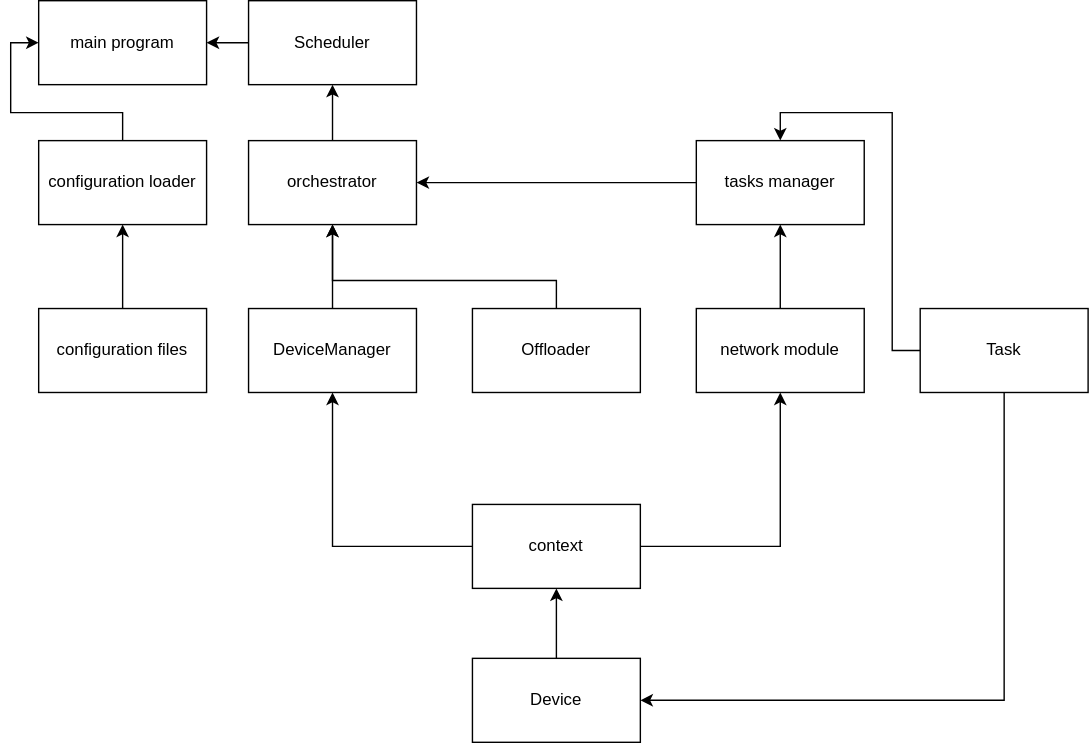
Above: 1.drawio.svg in PrecureKamiyu/simple-sim (draw.io), before the change. Source tidied: cells renumbered, new cells last; positions are measured from the earlier drawing's top-left corner, leaving out a move shared by most shapes.
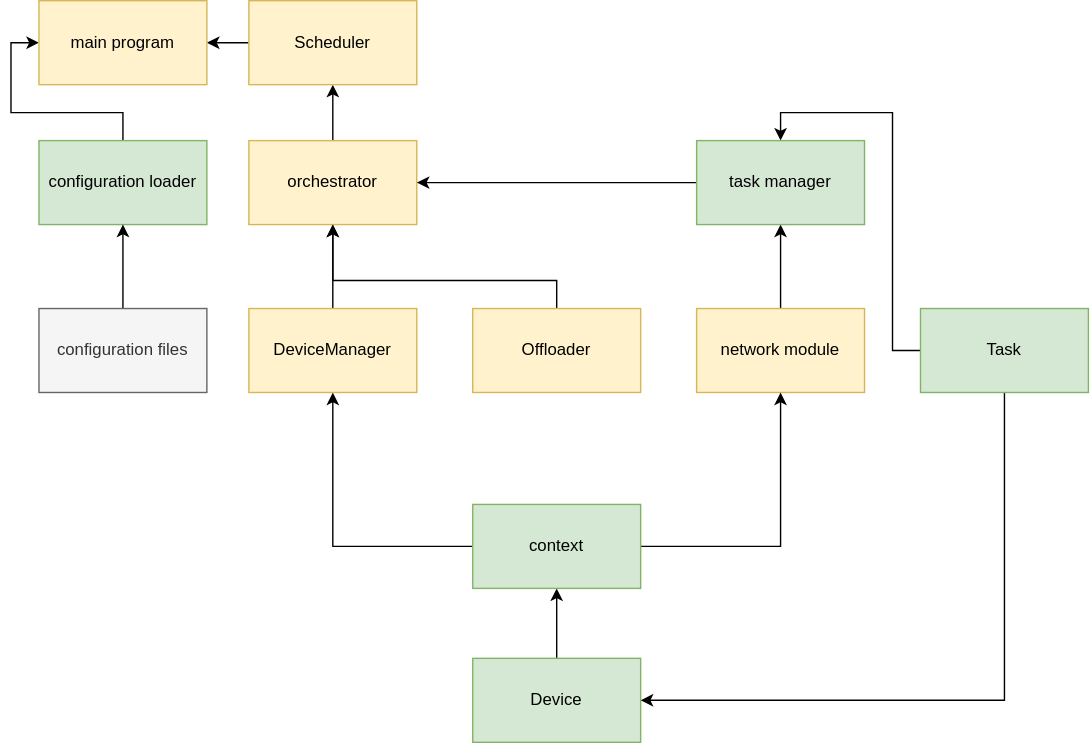
The same file after the commit.

Commit message:
update readme and structure diagram

What changed in the source:
```diff
@@ -8,13 +8,13 @@
     <mxCell id="3" style="edgeStyle=orthogonalEdgeStyle;rounded=0;jettySize=auto;html=1;entryX=0.5;entryY=1;entryDx=0;entryDy=0;" parent="1" edge="1" source="4" target="13">
       <mxGeometry relative="1" as="geometry" />
     </mxCell>
-    <mxCell id="4" value="network module" style="rounded=0;whiteSpace=wrap;html=1;" parent="1" vertex="1">
+    <mxCell id="4" value="network module" style="rounded=0;whiteSpace=wrap;html=1;fillColor=#fff2cc;strokeColor=#d6b656;" parent="1" vertex="1">
       <mxGeometry x="470" y="220" width="120" height="60" as="geometry" />
     </mxCell>
     <mxCell id="5" style="edgeStyle=orthogonalEdgeStyle;rounded=0;jettySize=auto;html=1;entryX=0.5;entryY=1;entryDx=0;entryDy=0;" parent="1" edge="1" source="6" target="21">
       <mxGeometry relative="1" as="geometry" />
     </mxCell>
-    <mxCell id="6" value="Device" style="rounded=0;whiteSpace=wrap;html=1;" parent="1" vertex="1">
+    <mxCell id="6" value="Device" style="rounded=0;whiteSpace=wrap;html=1;fillColor=#d5e8d4;strokeColor=#82b366;" parent="1" vertex="1">
       <mxGeometry x="310" y="470" width="120" height="60" as="geometry" />
     </mxCell>
     <mxCell id="7" style="edgeStyle=orthogonalEdgeStyle;rounded=0;jettySize=auto;html=1;entryX=0.5;entryY=0;entryDx=0;entryDy=0;" parent="1" edge="1" source="9" target="13">
@@ -27,34 +27,34 @@
         </Array>
       </mxGeometry>
     </mxCell>
-    <mxCell id="9" value="Task" style="rounded=0;whiteSpace=wrap;html=1;" parent="1" vertex="1">
+    <mxCell id="9" value="Task" style="rounded=0;whiteSpace=wrap;html=1;fillColor=#d5e8d4;strokeColor=#82b366;" parent="1" vertex="1">
       <mxGeometry x="630" y="220" width="120" height="60" as="geometry" />
     </mxCell>
     <mxCell id="10" style="edgeStyle=orthogonalEdgeStyle;rounded=0;jettySize=auto;html=1;entryX=0.5;entryY=1;entryDx=0;entryDy=0;" parent="1" edge="1" source="11" target="15">
       <mxGeometry relative="1" as="geometry" />
     </mxCell>
-    <mxCell id="11" value="orchestrator" style="rounded=0;whiteSpace=wrap;html=1;" parent="1" vertex="1">
+    <mxCell id="11" value="orchestrator" style="rounded=0;whiteSpace=wrap;html=1;fillColor=#fff2cc;strokeColor=#d6b656;" parent="1" vertex="1">
       <mxGeometry x="150" y="100" width="120" height="60" as="geometry" />
     </mxCell>
     <mxCell id="12" style="edgeStyle=orthogonalEdgeStyle;rounded=0;jettySize=auto;html=1;entryX=1;entryY=0.5;entryDx=0;entryDy=0;" parent="1" edge="1" source="13" target="11">
       <mxGeometry relative="1" as="geometry" />
     </mxCell>
-    <mxCell id="13" value="tasks manager" style="rounded=0;whiteSpace=wrap;html=1;" parent="1" vertex="1">
+    <mxCell id="13" value="task manager" style="rounded=0;whiteSpace=wrap;html=1;fillColor=#d5e8d4;strokeColor=#82b366;" parent="1" vertex="1">
       <mxGeometry x="470" y="100" width="120" height="60" as="geometry" />
     </mxCell>
     <mxCell id="14" style="edgeStyle=orthogonalEdgeStyle;rounded=0;jettySize=auto;html=1;" parent="1" edge="1" source="15" target="18">
       <mxGeometry relative="1" as="geometry" />
     </mxCell>
-    <mxCell id="15" value="Scheduler" style="rounded=0;whiteSpace=wrap;html=1;" parent="1" vertex="1">
+    <mxCell id="15" value="Scheduler" style="rounded=0;whiteSpace=wrap;html=1;fillColor=#fff2cc;strokeColor=#d6b656;" parent="1" vertex="1">
       <mxGeometry x="150" width="120" height="60" as="geometry" />
     </mxCell>
     <mxCell id="16" style="edgeStyle=orthogonalEdgeStyle;rounded=0;jettySize=auto;html=1;entryX=0;entryY=0.5;entryDx=0;entryDy=0;" parent="1" edge="1" source="17" target="18">
       <mxGeometry relative="1" as="geometry" />
     </mxCell>
-    <mxCell id="17" value="configuration loader" style="rounded=0;whiteSpace=wrap;html=1;" parent="1" vertex="1">
+    <mxCell id="17" value="configuration loader" style="rounded=0;whiteSpace=wrap;html=1;fillColor=#d5e8d4;strokeColor=#82b366;" parent="1" vertex="1">
       <mxGeometry y="100" width="120" height="60" as="geometry" />
     </mxCell>
-    <mxCell id="18" value="main program" style="rounded=0;whiteSpace=wrap;html=1;" parent="1" vertex="1">
+    <mxCell id="18" value="main program" style="rounded=0;whiteSpace=wrap;html=1;fillColor=#fff2cc;strokeColor=#d6b656;" parent="1" vertex="1">
       <mxGeometry width="120" height="60" as="geometry" />
     </mxCell>
     <mxCell id="19" style="edgeStyle=orthogonalEdgeStyle;rounded=0;jettySize=auto;html=1;entryX=0.5;entryY=1;entryDx=0;entryDy=0;" parent="1" edge="1" source="21" target="23">
@@ -63,7 +63,7 @@
     <mxCell id="20" style="edgeStyle=orthogonalEdgeStyle;rounded=0;jettySize=auto;html=1;entryX=0.5;entryY=1;entryDx=0;entryDy=0;" parent="1" edge="1" source="21" target="4">
       <mxGeometry relative="1" as="geometry" />
     </mxCell>
-    <mxCell id="21" value="context" style="rounded=0;whiteSpace=wrap;html=1;" parent="1" vertex="1">
+    <mxCell id="21" value="context" style="rounded=0;whiteSpace=wrap;html=1;fillColor=#d5e8d4;strokeColor=#82b366;" parent="1" vertex="1">
       <mxGeometry x="310" y="360" width="120" height="60" as="geometry" />
     </mxCell>
     <mxCell id="22" style="edgeStyle=orthogonalEdgeStyle;rounded=0;jettySize=auto;html=1;entryX=0.5;entryY=1;entryDx=0;entryDy=0;" parent="1" edge="1" target="23">
@@ -71,7 +71,7 @@
         <mxPoint x="230" y="260" as="sourcePoint" />
       </mxGeometry>
     </mxCell>
-    <mxCell id="23" value="DeviceManager" style="rounded=0;whiteSpace=wrap;html=1;" parent="1" vertex="1">
+    <mxCell id="23" value="DeviceManager" style="rounded=0;whiteSpace=wrap;html=1;fillColor=#fff2cc;strokeColor=#d6b656;" parent="1" vertex="1">
       <mxGeometry x="150" y="220" width="120" height="60" as="geometry" />
     </mxCell>
     <mxCell id="24" style="edgeStyle=orthogonalEdgeStyle;rounded=0;jettySize=auto;html=1;entryX=0.5;entryY=1;entryDx=0;entryDy=0;" parent="1" edge="1" source="25" target="11">
@@ -82,13 +82,13 @@
         </Array>
       </mxGeometry>
     </mxCell>
-    <mxCell id="25" value="Offloader" style="whiteSpace=wrap;html=1;" parent="1" vertex="1">
+    <mxCell id="25" value="Offloader" style="whiteSpace=wrap;html=1;fillColor=#fff2cc;strokeColor=#d6b656;" parent="1" vertex="1">
       <mxGeometry x="310" y="220" width="120" height="60" as="geometry" />
     </mxCell>
     <mxCell id="26" style="edgeStyle=orthogonalEdgeStyle;rounded=0;jettySize=auto;html=1;entryX=0.5;entryY=1;entryDx=0;entryDy=0;" parent="1" edge="1" source="27" target="17">
       <mxGeometry relative="1" as="geometry" />
     </mxCell>
-    <mxCell id="27" value="configuration files" style="rounded=0;whiteSpace=wrap;html=1;" parent="1" vertex="1">
+    <mxCell id="27" value="configuration files" style="rounded=0;whiteSpace=wrap;html=1;fillColor=#f5f5f5;fontColor=#333333;strokeColor=#666666;" parent="1" vertex="1">
       <mxGeometry y="220" width="120" height="60" as="geometry" />
     </mxCell>
   </root>
```
